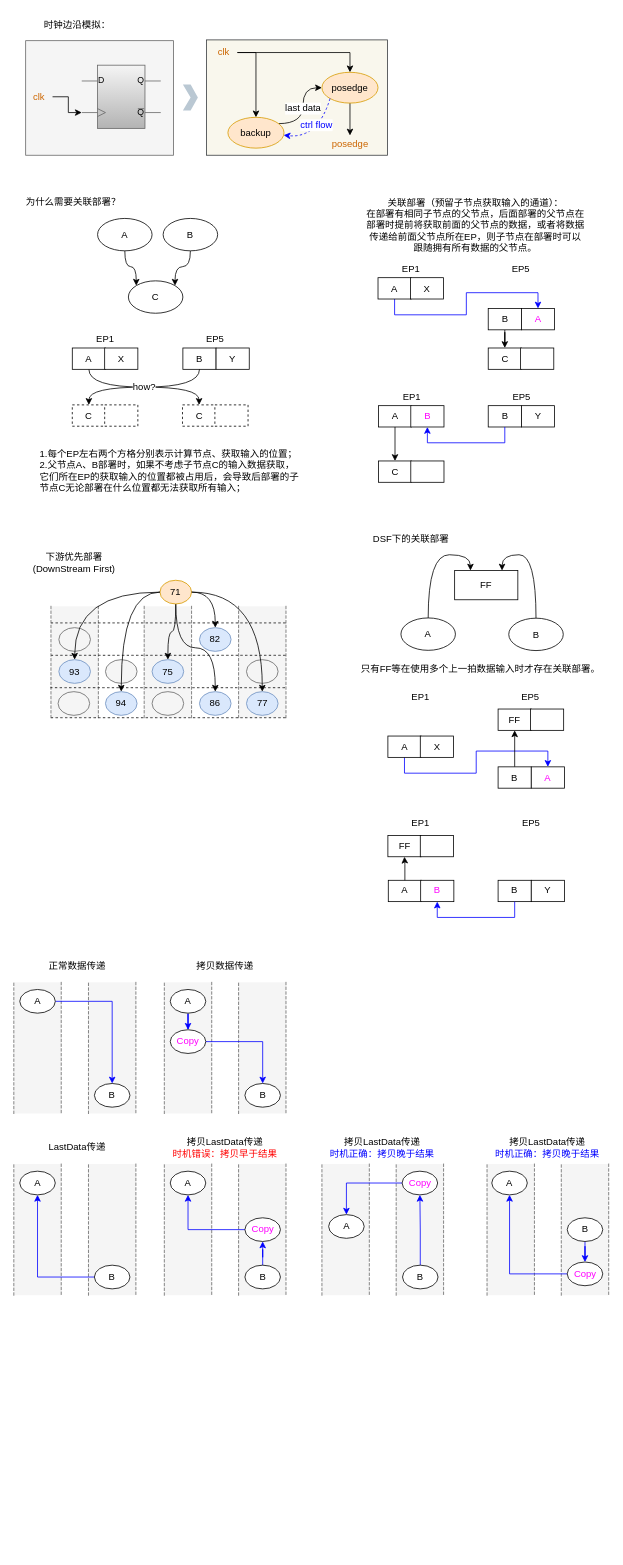
Above: verilator_digrams/DSF概念.drawio in Dercury/CLDK (draw.io), before the change. Source tidied: cells renumbered, new cells numbered last; positions are measured from the earlier drawing's top-left corner, leaving out a move shared by most shapes. Both pictures are drawn from the tidied source at 79%, with x=0, y=0 at pixel (13, 13).
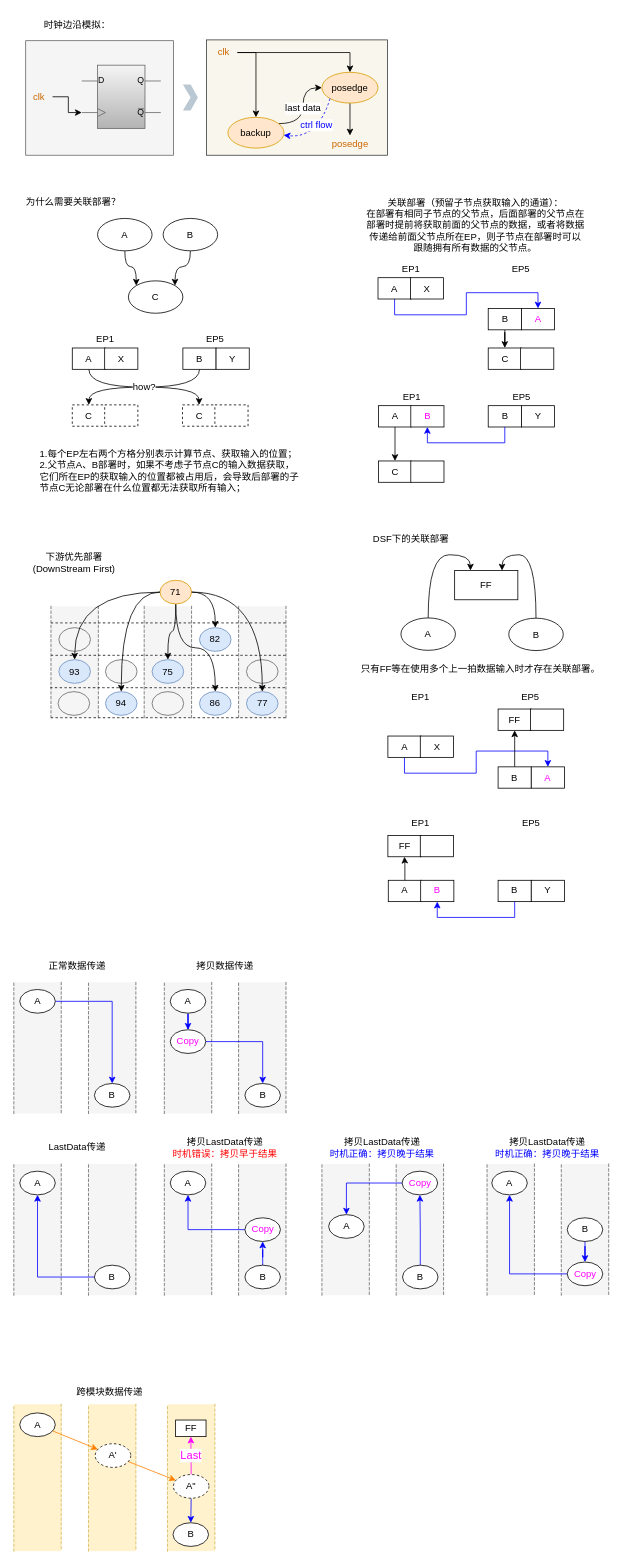
Above is the later version.

Change to the diagram source:
```diff
@@
+    <mxCell id="155" style="shape=partialRectangle;whiteSpace=wrap;html=1;top=0;bottom=0;fillColor=#fff2cc;dashed=1;strokeColor=#d6b656;strokeWidth=1;fontSize=12;" parent="1" vertex="1">
+      <mxGeometry x="194.5" y="1760" width="60" height="186" as="geometry" />
+    </mxCell>
+    <mxCell id="156" style="shape=partialRectangle;whiteSpace=wrap;html=1;top=0;bottom=0;fillColor=#fff2cc;dashed=1;strokeColor=#d6b656;strokeWidth=1;fontSize=12;" parent="1" vertex="1">
+      <mxGeometry x="94.5" y="1760" width="60" height="186" as="geometry" />
+    </mxCell>
+    <mxCell id="157" style="shape=partialRectangle;whiteSpace=wrap;html=1;top=0;bottom=0;fillColor=#fff2cc;dashed=1;strokeColor=#d6b656;strokeWidth=1;fontSize=12;" parent="1" vertex="1">
+      <mxGeometry y="1760" width="60" height="186" as="geometry" />
+    </mxCell>
+    <mxCell id="158" style="rounded=0;jettySize=auto;html=1;strokeColor=#FF8000;fontSize=14;fontColor=#0000FF;startArrow=none;startFill=0;elbow=vertical;" parent="1" edge="1" source="159" target="163">
+      <mxGeometry relative="1" as="geometry" />
+    </mxCell>
+    <mxCell id="159" value="A" style="ellipse;whiteSpace=wrap;html=1;strokeColor=default;strokeWidth=1;fontSize=12;fontColor=#000000;fillColor=default;" parent="1" vertex="1">
+      <mxGeometry x="7.5" y="1771" width="45" height="30" as="geometry" />
+    </mxCell>
+    <mxCell id="160" value="B" style="ellipse;whiteSpace=wrap;html=1;strokeColor=default;strokeWidth=1;fontSize=12;fontColor=#000000;fillColor=default;" parent="1" vertex="1">
+      <mxGeometry x="201.5" y="1910" width="45" height="30" as="geometry" />
+    </mxCell>
+    <mxCell id="161" value="跨模块数据传递" style="text;html=1;strokeColor=none;fillColor=none;align=center;verticalAlign=middle;whiteSpace=wrap;rounded=0;dashed=1;strokeWidth=1;fontSize=12;fontColor=#000000;" parent="1" vertex="1">
+      <mxGeometry x="50.5" y="1730" width="141" height="30" as="geometry" />
+    </mxCell>
+    <mxCell id="162" style="edgeStyle=none;rounded=0;jettySize=auto;html=1;strokeColor=#FF8000;fontSize=14;fontColor=#0000FF;startArrow=none;startFill=0;elbow=vertical;" parent="1" edge="1" source="163" target="166">
+      <mxGeometry relative="1" as="geometry" />
+    </mxCell>
+    <mxCell id="163" value="A'" style="ellipse;whiteSpace=wrap;html=1;strokeColor=default;strokeWidth=1;fontSize=12;fontColor=#000000;fillColor=default;dashed=1;" parent="1" vertex="1">
+      <mxGeometry x="103" y="1810" width="45" height="30" as="geometry" />
+    </mxCell>
+    <mxCell id="164" style="edgeStyle=none;rounded=0;jettySize=auto;html=1;strokeColor=#0000FF;fontSize=14;fontColor=#0000FF;startArrow=none;startFill=0;elbow=vertical;" parent="1" edge="1" source="166" target="160">
+      <mxGeometry relative="1" as="geometry" />
+    </mxCell>
+    <mxCell id="165" value="Last" style="edgeStyle=none;rounded=0;jettySize=auto;html=1;strokeColor=#FF00FF;fontSize=14;fontColor=#FF00FF;startArrow=none;startFill=0;elbow=vertical;" parent="1" edge="1" source="166" target="167">
+      <mxGeometry relative="1" as="geometry" />
+    </mxCell>
+    <mxCell id="166" value="A&quot;" style="ellipse;whiteSpace=wrap;html=1;strokeColor=default;strokeWidth=1;fontSize=12;fontColor=#000000;fillColor=default;dashed=1;" parent="1" vertex="1">
+      <mxGeometry x="202" y="1849" width="45" height="30" as="geometry" />
+    </mxCell>
+    <mxCell id="167" value="FF" style="rounded=0;whiteSpace=wrap;html=1;strokeColor=default;fontSize=12;fontColor=#000000;fillColor=default;strokeWidth=1;" parent="1" vertex="1">
+      <mxGeometry x="204.8" y="1780" width="38.5" height="21" as="geometry" />
+    </mxCell>
```
